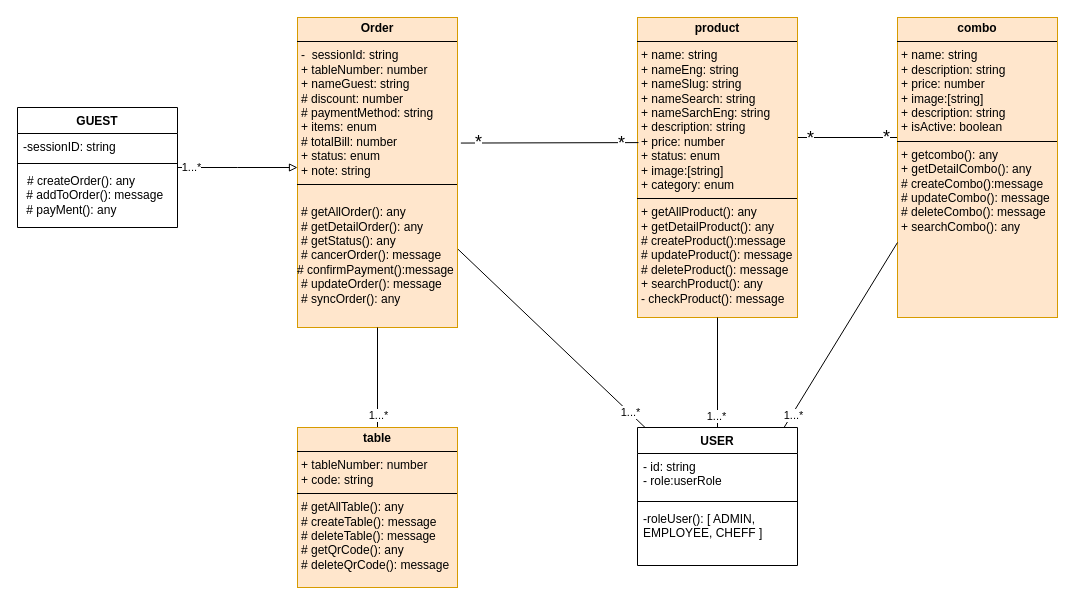
The draw.io diagram page "biểu đồ lớp" (3 of 3) of đề tài order bằng QR code của khách sạn balcona.drawio in phanvanhieu1/QRcode, before the edit. Source tidied: cells renumbered, new cells numbered last; positions are measured from the earlier drawing's top-left corner, leaving out a move shared by most shapes. Both pictures are drawn from the tidied source at 100%, with x=0, y=0 at pixel (17, 17).
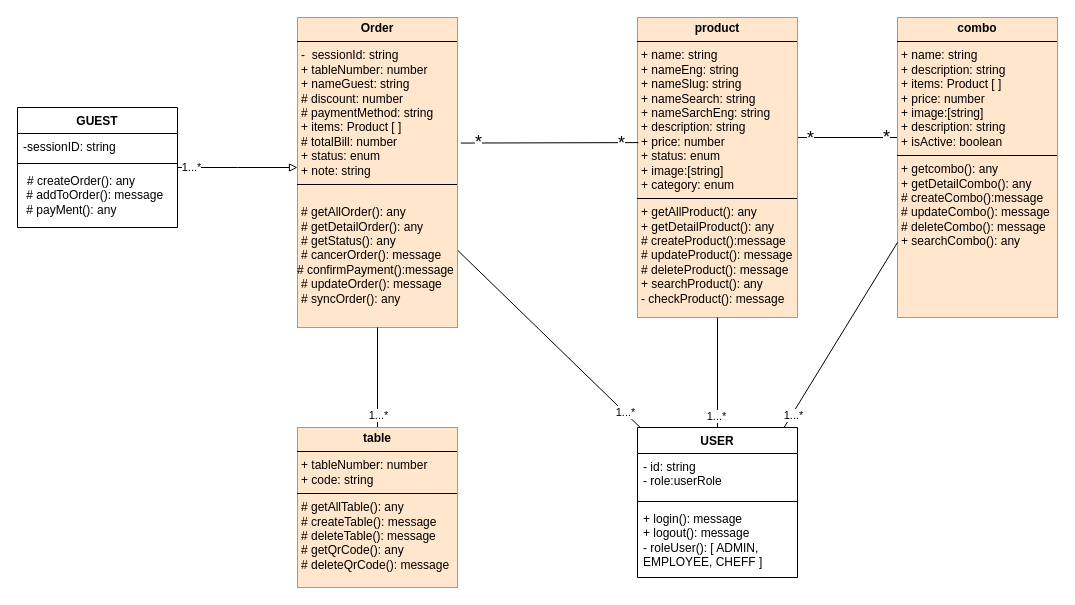
Above is the later version.

Commit message (it also covers changes not shown here):
Cập nhật đề tài order bằng QR code của khách sạn balcona.drawio

What changed in the source:
```diff
@@
-    <mxCell id="4" value="&lt;p style=&quot;margin:0px;margin-top:4px;text-align:center;&quot;&gt;&lt;b&gt;Order&lt;/b&gt;&lt;/p&gt;&lt;hr size=&quot;1&quot; style=&quot;border-style:solid;&quot;&gt;&lt;p style=&quot;margin:0px;margin-left:4px;&quot;&gt;-&amp;nbsp; sessionId: string&lt;/p&gt;&lt;p style=&quot;margin:0px;margin-left:4px;&quot;&gt;+ tableNumber: number&lt;/p&gt;&lt;p style=&quot;margin:0px;margin-left:4px;&quot;&gt;+ nameGuest: string&lt;/p&gt;&lt;p style=&quot;margin:0px;margin-left:4px;&quot;&gt;# discount: number&lt;/p&gt;&lt;p style=&quot;margin:0px;margin-left:4px;&quot;&gt;# paymentMethod: string&lt;/p&gt;&lt;p style=&quot;margin:0px;margin-left:4px;&quot;&gt;+ items: enum&lt;/p&gt;&lt;p style=&quot;margin:0px;margin-left:4px;&quot;&gt;# totalBill: number&lt;/p&gt;&lt;p style=&quot;margin:0px;margin-left:4px;&quot;&gt;+ status: enum&lt;/p&gt;&lt;p style=&quot;margin:0px;margin-left:4px;&quot;&gt;+ note: string&lt;/p&gt;&lt;hr size=&quot;1&quot; style=&quot;border-style:solid;&quot;&gt;&lt;p style=&quot;margin:0px;margin-left:4px;&quot;&gt;&lt;br&gt;&lt;/p&gt;&lt;p style=&quot;margin:0px;margin-left:4px;&quot;&gt;# getAllOrder(): any&lt;/p&gt;&lt;p style=&quot;margin:0px;margin-left:4px;&quot;&gt;# getDetailOrder(): any&lt;/p&gt;&lt;p style=&quot;margin:0px;margin-left:4px;&quot;&gt;&lt;span style=&quot;background-color: initial;&quot;&gt;# getStatus(): any&lt;/span&gt;&lt;/p&gt;&lt;p style=&quot;margin:0px;margin-left:4px;&quot;&gt;# cancerOrder():&amp;nbsp;&lt;span style=&quot;background-color: initial;&quot;&gt;message&lt;/span&gt;&lt;/p&gt;&lt;div&gt;# confirmPayment():&lt;span style=&quot;background-color: initial;&quot;&gt;&lt;/span&gt;&lt;span style=&quot;background-color: initial;&quot;&gt;message&lt;/span&gt;&lt;/div&gt;&lt;p style=&quot;margin:0px;margin-left:4px;&quot;&gt;&lt;span style=&quot;background-color: initial;&quot;&gt;# updateOrder():&amp;nbsp;&lt;/span&gt;&lt;span style=&quot;background-color: initial;&quot;&gt;message&lt;/span&gt;&lt;/p&gt;&lt;p style=&quot;margin:0px;margin-left:4px;&quot;&gt;# syncOrder(): any&lt;span style=&quot;background-color: initial;&quot;&gt;&lt;/span&gt;&lt;/p&gt;" style="verticalAlign=top;align=left;overflow=fill;html=1;whiteSpace=wrap;fillColor=#ffe6cc;strokeColor=#d79b00;" parent="1" vertex="1">
+    <mxCell id="4" value="&lt;p style=&quot;margin:0px;margin-top:4px;text-align:center;&quot;&gt;&lt;b&gt;Order&lt;/b&gt;&lt;/p&gt;&lt;hr size=&quot;1&quot; style=&quot;border-style:solid;&quot;&gt;&lt;p style=&quot;margin:0px;margin-left:4px;&quot;&gt;-&amp;nbsp; sessionId: string&lt;/p&gt;&lt;p style=&quot;margin:0px;margin-left:4px;&quot;&gt;+ tableNumber: number&lt;/p&gt;&lt;p style=&quot;margin:0px;margin-left:4px;&quot;&gt;+ nameGuest: string&lt;/p&gt;&lt;p style=&quot;margin:0px;margin-left:4px;&quot;&gt;# discount: number&lt;/p&gt;&lt;p style=&quot;margin:0px;margin-left:4px;&quot;&gt;# paymentMethod: string&lt;/p&gt;&lt;p style=&quot;margin:0px;margin-left:4px;&quot;&gt;+ items: Product [ ]&lt;/p&gt;&lt;p style=&quot;margin:0px;margin-left:4px;&quot;&gt;# totalBill: number&lt;/p&gt;&lt;p style=&quot;margin:0px;margin-left:4px;&quot;&gt;+ status: enum&lt;/p&gt;&lt;p style=&quot;margin:0px;margin-left:4px;&quot;&gt;+ note: string&lt;/p&gt;&lt;hr size=&quot;1&quot; style=&quot;border-style:solid;&quot;&gt;&lt;p style=&quot;margin:0px;margin-left:4px;&quot;&gt;&lt;br&gt;&lt;/p&gt;&lt;p style=&quot;margin:0px;margin-left:4px;&quot;&gt;# getAllOrder(): any&lt;/p&gt;&lt;p style=&quot;margin:0px;margin-left:4px;&quot;&gt;# getDetailOrder(): any&lt;/p&gt;&lt;p style=&quot;margin:0px;margin-left:4px;&quot;&gt;&lt;span style=&quot;background-color: initial;&quot;&gt;# getStatus(): any&lt;/span&gt;&lt;/p&gt;&lt;p style=&quot;margin:0px;margin-left:4px;&quot;&gt;# cancerOrder():&amp;nbsp;&lt;span style=&quot;background-color: initial;&quot;&gt;message&lt;/span&gt;&lt;/p&gt;&lt;div&gt;# confirmPayment():&lt;span style=&quot;background-color: initial;&quot;&gt;&lt;/span&gt;&lt;span style=&quot;background-color: initial;&quot;&gt;message&lt;/span&gt;&lt;/div&gt;&lt;p style=&quot;margin:0px;margin-left:4px;&quot;&gt;&lt;span style=&quot;background-color: initial;&quot;&gt;# updateOrder():&amp;nbsp;&lt;/span&gt;&lt;span style=&quot;background-color: initial;&quot;&gt;message&lt;/span&gt;&lt;/p&gt;&lt;p style=&quot;margin:0px;margin-left:4px;&quot;&gt;# syncOrder(): any&lt;span style=&quot;background-color: initial;&quot;&gt;&lt;/span&gt;&lt;/p&gt;" style="verticalAlign=top;align=left;overflow=fill;html=1;whiteSpace=wrap;fillColor=#ffe6cc;strokeColor=#d79b00;" parent="1" vertex="1">
       <mxGeometry x="280" width="160" height="310" as="geometry" />
     </mxCell>
@@
-    <mxCell id="15" value="&lt;p style=&quot;margin:0px;margin-top:4px;text-align:center;&quot;&gt;&lt;b&gt;combo&lt;/b&gt;&lt;/p&gt;&lt;hr size=&quot;1&quot; style=&quot;border-style:solid;&quot;&gt;&lt;p style=&quot;margin:0px;margin-left:4px;&quot;&gt;+ name: string&lt;/p&gt;&lt;p style=&quot;margin:0px;margin-left:4px;&quot;&gt;+ description: string&lt;/p&gt;&lt;p style=&quot;margin:0px;margin-left:4px;&quot;&gt;+ price: number&lt;/p&gt;&lt;p style=&quot;margin:0px;margin-left:4px;&quot;&gt;+ image:[string]&lt;/p&gt;&lt;p style=&quot;margin:0px;margin-left:4px;&quot;&gt;+ description: string&lt;/p&gt;&lt;p style=&quot;margin:0px;margin-left:4px;&quot;&gt;+ isActive: boolean&lt;/p&gt;&lt;hr size=&quot;1&quot; style=&quot;border-style:solid;&quot;&gt;&lt;p style=&quot;margin:0px;margin-left:4px;&quot;&gt;+ getcombo(): any&lt;/p&gt;&lt;p style=&quot;margin:0px;margin-left:4px;&quot;&gt;+ getDetailCombo(): any&lt;/p&gt;&lt;p style=&quot;margin:0px;margin-left:4px;&quot;&gt;# createCombo():message&lt;/p&gt;&lt;p style=&quot;margin:0px;margin-left:4px;&quot;&gt;# updateCombo(): message&lt;/p&gt;&lt;p style=&quot;margin:0px;margin-left:4px;&quot;&gt;# deleteCombo(): message&lt;/p&gt;&lt;p style=&quot;margin:0px;margin-left:4px;&quot;&gt;+ searchCombo(): any&lt;/p&gt;&lt;p style=&quot;margin:0px;margin-left:4px;&quot;&gt;&lt;br&gt;&lt;/p&gt;&lt;p style=&quot;margin:0px;margin-left:4px;&quot;&gt;&lt;br&gt;&lt;/p&gt;" style="verticalAlign=top;align=left;overflow=fill;html=1;whiteSpace=wrap;fillColor=#ffe6cc;strokeColor=#d79b00;" parent="1" vertex="1">
+    <mxCell id="15" value="&lt;p style=&quot;margin:0px;margin-top:4px;text-align:center;&quot;&gt;&lt;b&gt;combo&lt;/b&gt;&lt;/p&gt;&lt;hr size=&quot;1&quot; style=&quot;border-style:solid;&quot;&gt;&lt;p style=&quot;margin:0px;margin-left:4px;&quot;&gt;+ name: string&lt;/p&gt;&lt;p style=&quot;margin:0px;margin-left:4px;&quot;&gt;+ description: string&lt;/p&gt;&lt;p style=&quot;margin:0px;margin-left:4px;&quot;&gt;+ items: Product [ ]&lt;/p&gt;&lt;p style=&quot;margin:0px;margin-left:4px;&quot;&gt;+ price: number&lt;/p&gt;&lt;p style=&quot;margin:0px;margin-left:4px;&quot;&gt;+ image:[string]&lt;/p&gt;&lt;p style=&quot;margin:0px;margin-left:4px;&quot;&gt;+ description: string&lt;/p&gt;&lt;p style=&quot;margin:0px;margin-left:4px;&quot;&gt;+ isActive: boolean&lt;/p&gt;&lt;hr size=&quot;1&quot; style=&quot;border-style:solid;&quot;&gt;&lt;p style=&quot;margin:0px;margin-left:4px;&quot;&gt;+ getcombo(): any&lt;/p&gt;&lt;p style=&quot;margin:0px;margin-left:4px;&quot;&gt;+ getDetailCombo(): any&lt;/p&gt;&lt;p style=&quot;margin:0px;margin-left:4px;&quot;&gt;# createCombo():message&lt;/p&gt;&lt;p style=&quot;margin:0px;margin-left:4px;&quot;&gt;# updateCombo(): message&lt;/p&gt;&lt;p style=&quot;margin:0px;margin-left:4px;&quot;&gt;# deleteCombo(): message&lt;/p&gt;&lt;p style=&quot;margin:0px;margin-left:4px;&quot;&gt;+ searchCombo(): any&lt;/p&gt;&lt;p style=&quot;margin:0px;margin-left:4px;&quot;&gt;&lt;br&gt;&lt;/p&gt;&lt;p style=&quot;margin:0px;margin-left:4px;&quot;&gt;&lt;br&gt;&lt;/p&gt;" style="verticalAlign=top;align=left;overflow=fill;html=1;whiteSpace=wrap;fillColor=#ffe6cc;strokeColor=#d79b00;" parent="1" vertex="1">
       <mxGeometry x="880" width="160" height="300" as="geometry" />
     </mxCell>
@@
     <mxCell id="24" value="USER" style="swimlane;fontStyle=1;align=center;verticalAlign=top;horizontal=1;startSize=26;whiteSpace=wrap;html=1;" parent="1" vertex="1">
-      <mxGeometry x="620" y="410" width="160" height="138" as="geometry" />
+      <mxGeometry x="620" y="410" width="160" height="150" as="geometry" />
     </mxCell>
@@
-    <mxCell id="27" value="-roleUser(): [ ADMIN, EMPLOYEE, CHEFF ]" style="text;strokeColor=none;fillColor=none;align=left;verticalAlign=top;spacingLeft=4;spacingRight=4;overflow=hidden;whiteSpace=wrap;html=1;" parent="24" vertex="1">
-      <mxGeometry y="78" width="160" height="60" as="geometry" />
+    <mxCell id="27" value="&lt;div&gt;+ login(): message&lt;/div&gt;&lt;div&gt;+ logout(): message&lt;/div&gt;- roleUser(): [ ADMIN, EMPLOYEE, CHEFF ]" style="text;strokeColor=none;fillColor=none;align=left;verticalAlign=top;spacingLeft=4;spacingRight=4;overflow=hidden;whiteSpace=wrap;html=1;" parent="24" vertex="1">
+      <mxGeometry y="78" width="160" height="72" as="geometry" />
     </mxCell>
```
